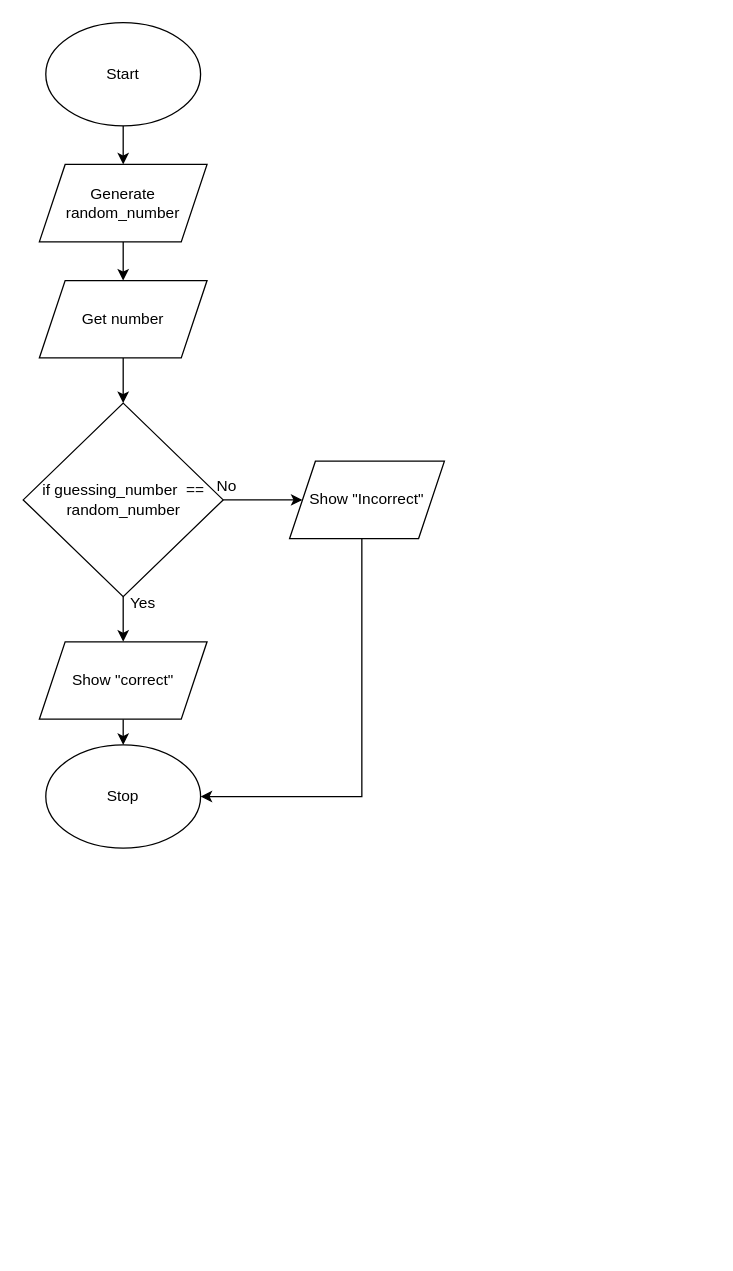
Aleksandr-Ten/ICS3U-Unit3-06-Python keeps this draw.io diagram as flowchart.drawio. Above is the earlier version. Source tidied: cells renumbered, new cells numbered last; positions are measured from the earlier drawing's top-left corner, leaving out a move shared by most shapes. Both pictures are drawn from the tidied source at 129%, with x=0, y=0 at pixel (23, 22).
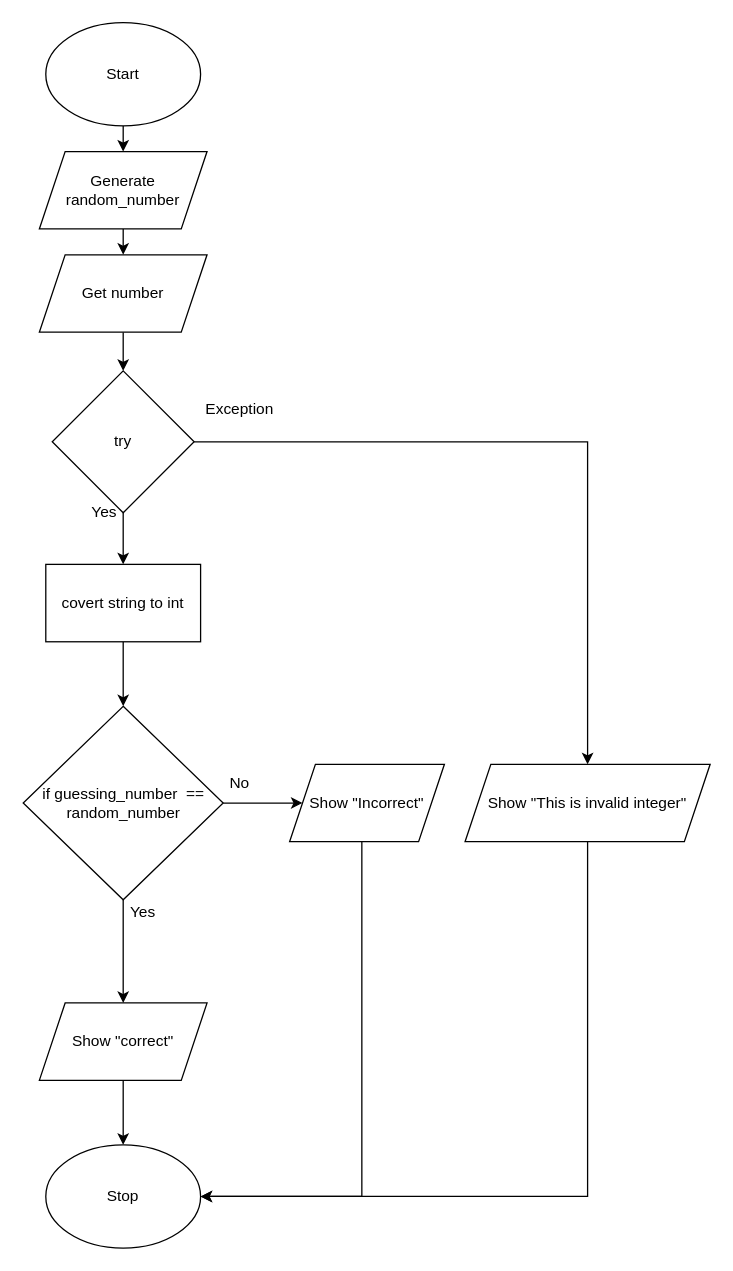
The same page after the edit.

What changed in the source:
```diff
@@
-    <mxCell id="4" style="edgeStyle=none;html=1;" parent="1" edge="1" source="5" target="11">
-      <mxGeometry relative="1" as="geometry" />
-    </mxCell>
+    <mxCell id="18" style="edgeStyle=none;html=1;exitX=0.5;exitY=1;exitDx=0;exitDy=0;" parent="1" edge="1" source="5" target="21">
+      <mxGeometry relative="1" as="geometry" />
+    </mxCell>
     <mxCell id="5" value="Get number" style="shape=parallelogram;perimeter=parallelogramPerimeter;whiteSpace=wrap;html=1;fixedSize=1;" parent="1" vertex="1">
-      <mxGeometry x="12" y="200" width="130" height="60" as="geometry" />
+      <mxGeometry x="12" y="180" width="130" height="60" as="geometry" />
     </mxCell>
@@
     <mxCell id="8" value="Show &quot;correct&quot;" style="shape=parallelogram;perimeter=parallelogramPerimeter;whiteSpace=wrap;html=1;fixedSize=1;" parent="1" vertex="1">
-      <mxGeometry x="12" y="480" width="130" height="60" as="geometry" />
+      <mxGeometry x="12" y="760" width="130" height="60" as="geometry" />
     </mxCell>
     <mxCell id="9" value="Stop" style="ellipse;whiteSpace=wrap;html=1;" parent="1" vertex="1">
-      <mxGeometry x="17" y="560" width="120" height="80" as="geometry" />
+      <mxGeometry x="17" y="870" width="120" height="80" as="geometry" />
     </mxCell>
@@
     <mxCell id="11" value="if guessing_number&amp;nbsp; == random_number" style="rhombus;whiteSpace=wrap;html=1;" parent="1" vertex="1">
-      <mxGeometry x="-0.5" y="295" width="155" height="150" as="geometry" />
+      <mxGeometry x="-0.5" y="530" width="155" height="150" as="geometry" />
     </mxCell>
-    <mxCell id="12" style="edgeStyle=orthogonalEdgeStyle;html=1;rounded=0;" parent="1" edge="1" source="13">
+    <mxCell id="12" style="edgeStyle=orthogonalEdgeStyle;html=1;rounded=0;entryX=1;entryY=0.5;entryDx=0;entryDy=0;" parent="1" edge="1" source="13" target="9">
       <mxGeometry relative="1" as="geometry">
-        <mxPoint x="137" y="600" as="targetPoint" />
         <Array as="points">
-          <mxPoint x="262" y="600" />
+          <mxPoint x="262" y="910" />
         </Array>
       </mxGeometry>
     </mxCell>
     <mxCell id="13" value="Show &quot;Incorrect&quot;" style="shape=parallelogram;perimeter=parallelogramPerimeter;whiteSpace=wrap;html=1;fixedSize=1;" parent="1" vertex="1">
-      <mxGeometry x="206" y="340" width="120" height="60" as="geometry" />
+      <mxGeometry x="206" y="575" width="120" height="60" as="geometry" />
     </mxCell>
     <mxCell id="14" value="No" style="text;html=1;align=center;verticalAlign=middle;fillColor=none;strokeColor=none;rounded=0;" parent="1" vertex="1">
-      <mxGeometry x="142" y="350" width="30" height="20" as="geometry" />
+      <mxGeometry x="152" y="580" width="30" height="20" as="geometry" />
     </mxCell>
-    <mxCell id="15" value="Yes" style="text;html=1;align=center;verticalAlign=middle;fillColor=none;strokeColor=none;rounded=0;" parent="1" vertex="1">
-      <mxGeometry x="72" y="440" width="40" height="20" as="geometry" />
+    <mxCell id="15" value="Yes" style="text;html=1;align=center;verticalAlign=middle;fillColor=none;strokeColor=none;rounded=0;rotation=0;" parent="1" vertex="1">
+      <mxGeometry x="72" y="680" width="40" height="20" as="geometry" />
     </mxCell>
@@
     <mxCell id="17" value="Generate random_number" style="shape=parallelogram;perimeter=parallelogramPerimeter;whiteSpace=wrap;html=1;fixedSize=1;" parent="1" vertex="1">
-      <mxGeometry x="12" y="110" width="130" height="60" as="geometry" />
+      <mxGeometry x="12" y="100" width="130" height="60" as="geometry" />
     </mxCell>
+    <mxCell id="19" style="edgeStyle=none;html=1;exitX=0.5;exitY=1;exitDx=0;exitDy=0;" parent="1" edge="1" source="21" target="27">
+      <mxGeometry relative="1" as="geometry" />
+    </mxCell>
+    <mxCell id="20" style="edgeStyle=orthogonalEdgeStyle;html=1;exitX=1;exitY=0.5;exitDx=0;exitDy=0;entryX=0.5;entryY=0;entryDx=0;entryDy=0;rounded=0;startArrow=none;" parent="1" edge="1" source="21" target="24">
+      <mxGeometry relative="1" as="geometry">
+        <Array as="points">
+          <mxPoint x="437" y="325" />
+        </Array>
+      </mxGeometry>
+    </mxCell>
+    <mxCell id="21" value="try" style="rhombus;whiteSpace=wrap;html=1;" parent="1" vertex="1">
+      <mxGeometry x="22" y="270" width="110" height="110" as="geometry" />
+    </mxCell>
+    <mxCell id="22" value="Yes" style="text;html=1;align=center;verticalAlign=middle;fillColor=none;strokeColor=none;rounded=0;" parent="1" vertex="1">
+      <mxGeometry x="42" y="370" width="40" height="20" as="geometry" />
+    </mxCell>
+    <mxCell id="23" style="edgeStyle=orthogonalEdgeStyle;rounded=0;html=1;entryX=1;entryY=0.5;entryDx=0;entryDy=0;" parent="1" edge="1" source="24" target="9">
+      <mxGeometry relative="1" as="geometry">
+        <Array as="points">
+          <mxPoint x="437" y="910" />
+        </Array>
+      </mxGeometry>
+    </mxCell>
+    <mxCell id="24" value="Show &quot;This is invalid integer&quot;" style="shape=parallelogram;perimeter=parallelogramPerimeter;whiteSpace=wrap;html=1;fixedSize=1;" parent="1" vertex="1">
+      <mxGeometry x="342" y="575" width="190" height="60" as="geometry" />
+    </mxCell>
+    <mxCell id="25" value="Exception" style="text;html=1;align=center;verticalAlign=middle;fillColor=none;strokeColor=none;rounded=0;" parent="1" vertex="1">
+      <mxGeometry x="132" y="290" width="70" height="20" as="geometry" />
+    </mxCell>
+    <mxCell id="26" style="edgeStyle=orthogonalEdgeStyle;rounded=0;html=1;entryX=0.5;entryY=0;entryDx=0;entryDy=0;" parent="1" edge="1" source="27" target="11">
+      <mxGeometry relative="1" as="geometry" />
+    </mxCell>
+    <mxCell id="27" value="covert string to int" style="rounded=0;whiteSpace=wrap;html=1;" parent="1" vertex="1">
+      <mxGeometry x="17" y="420" width="120" height="60" as="geometry" />
+    </mxCell>
```
